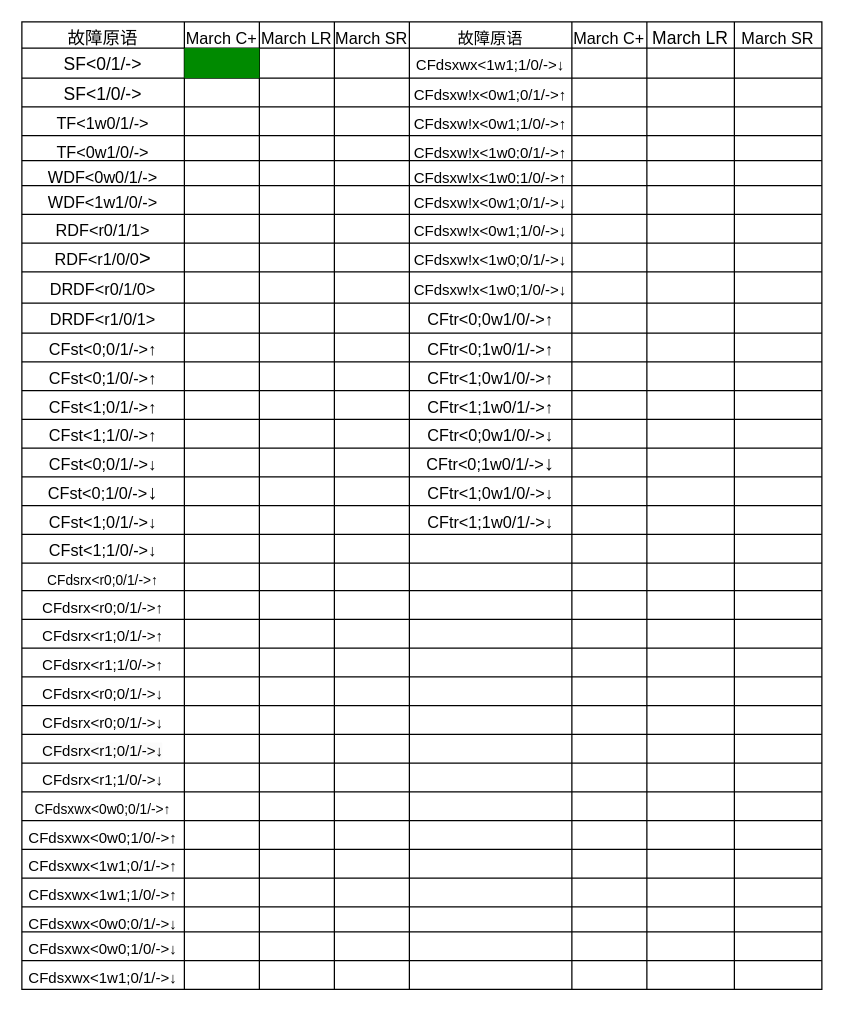
Above: doc/compare.drawio in shanshan-lu/homwork (draw.io), before the change. Source tidied: cells renumbered, new cells numbered last; positions are measured from the earlier drawing's top-left corner, leaving out a move shared by most shapes. Both pictures are drawn from the tidied source at 125%, with x=0, y=0 at pixel (21, 21).
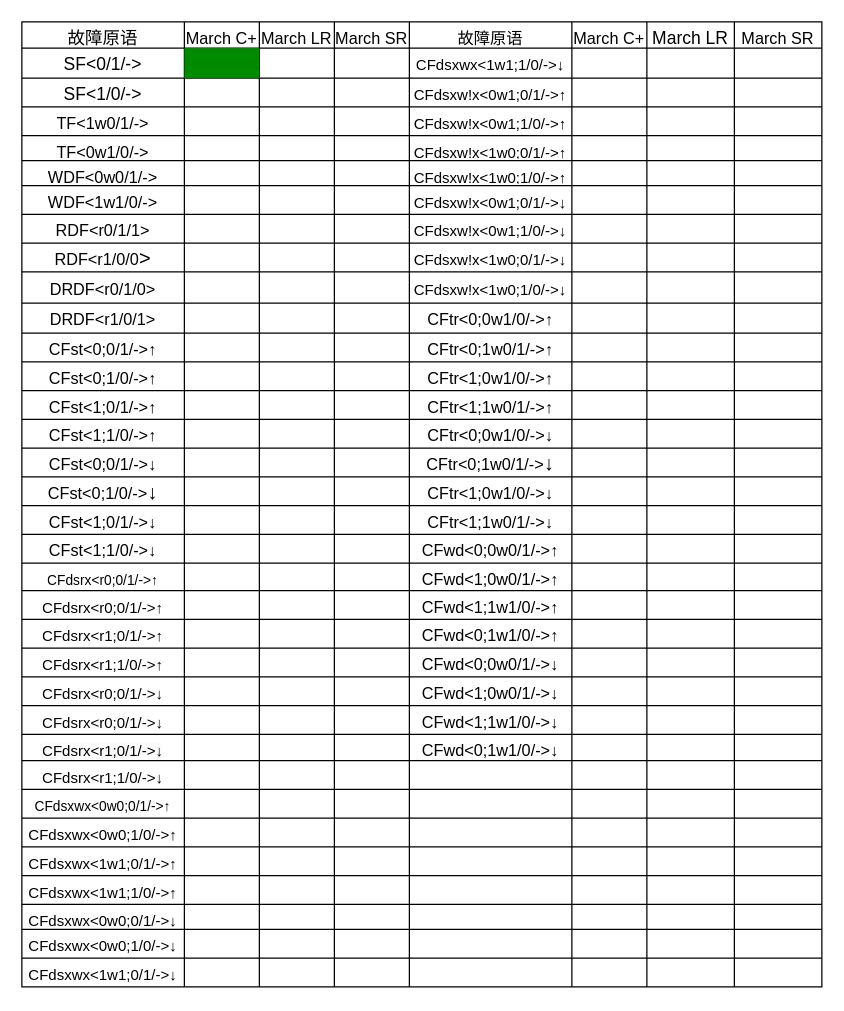
The same page after the edit.

Unchanged cells that the change refers to:
```xml
<mxCell id="165" style="shape=tableRow;horizontal=0;startSize=0;swimlaneHead=0;swimlaneBody=0;strokeColor=inherit;top=0;left=0;bottom=0;right=0;fillColor=none;fontSize=16;" parent="2" vertex="1">
  <mxGeometry y="410" width="640" height="23" as="geometry" />
</mxCell>
<mxCell id="174" style="shape=tableRow;horizontal=0;startSize=0;swimlaneHead=0;swimlaneBody=0;strokeColor=inherit;top=0;left=0;bottom=0;right=0;fillColor=none;fontSize=16;" parent="2" vertex="1">
  <mxGeometry y="433" width="640" height="22" as="geometry" />
</mxCell>
<mxCell id="183" style="shape=tableRow;horizontal=0;startSize=0;swimlaneHead=0;swimlaneBody=0;strokeColor=inherit;top=0;left=0;bottom=0;right=0;fillColor=none;fontSize=16;" parent="2" vertex="1">
  <mxGeometry y="455" width="640" height="23" as="geometry" />
</mxCell>
<mxCell id="192" style="shape=tableRow;horizontal=0;startSize=0;swimlaneHead=0;swimlaneBody=0;strokeColor=inherit;top=0;left=0;bottom=0;right=0;fillColor=none;fontSize=16;" parent="2" vertex="1">
  <mxGeometry y="478" width="640" height="23" as="geometry" />
</mxCell>
<mxCell id="201" style="shape=tableRow;horizontal=0;startSize=0;swimlaneHead=0;swimlaneBody=0;strokeColor=inherit;top=0;left=0;bottom=0;right=0;fillColor=none;fontSize=16;" parent="2" vertex="1">
  <mxGeometry y="501" width="640" height="23" as="geometry" />
</mxCell>
<mxCell id="210" style="shape=tableRow;horizontal=0;startSize=0;swimlaneHead=0;swimlaneBody=0;strokeColor=inherit;top=0;left=0;bottom=0;right=0;fillColor=none;fontSize=16;" parent="2" vertex="1">
  <mxGeometry y="524" width="640" height="23" as="geometry" />
</mxCell>
<mxCell id="219" style="shape=tableRow;horizontal=0;startSize=0;swimlaneHead=0;swimlaneBody=0;strokeColor=inherit;top=0;left=0;bottom=0;right=0;fillColor=none;fontSize=16;" parent="2" vertex="1">
  <mxGeometry y="547" width="640" height="23" as="geometry" />
</mxCell>
```

What changed in the source:
```diff
@@
     <mxCell id="2" style="shape=table;startSize=0;childLayout=tableLayout;fontSize=16;" parent="1" vertex="1">
-      <mxGeometry width="640" height="774" as="geometry" />
+      <mxGeometry width="640" height="772" as="geometry" />
     </mxCell>
@@
-    <mxCell id="170" style="shape=partialRectangle;html=1;whiteSpace=wrap;strokeColor=inherit;overflow=hidden;fillColor=none;top=0;left=0;bottom=0;right=0;fontSize=16;" parent="165" vertex="1">
+    <mxCell id="170" value="&lt;font style=&quot;font-size: 13px;&quot;&gt;CFwd&amp;lt;0;0w0/1/-&amp;gt;↑&lt;/font&gt;" style="shape=partialRectangle;html=1;whiteSpace=wrap;strokeColor=inherit;overflow=hidden;fillColor=none;top=0;left=0;bottom=0;right=0;fontSize=16;" parent="165" vertex="1">
       <mxGeometry x="310" width="130" height="23" as="geometry" />
     </mxCell>
@@
-    <mxCell id="179" style="shape=partialRectangle;html=1;whiteSpace=wrap;strokeColor=inherit;overflow=hidden;fillColor=none;top=0;left=0;bottom=0;right=0;fontSize=16;" parent="174" vertex="1">
+    <mxCell id="179" value="&lt;font style=&quot;font-size: 13px;&quot;&gt;CFwd&amp;lt;1;0w0/1/-&amp;gt;↑&lt;/font&gt;" style="shape=partialRectangle;html=1;whiteSpace=wrap;strokeColor=inherit;overflow=hidden;fillColor=none;top=0;left=0;bottom=0;right=0;fontSize=16;" parent="174" vertex="1">
       <mxGeometry x="310" width="130" height="22" as="geometry" />
     </mxCell>
@@
-    <mxCell id="188" style="shape=partialRectangle;html=1;whiteSpace=wrap;strokeColor=inherit;overflow=hidden;fillColor=none;top=0;left=0;bottom=0;right=0;fontSize=16;" parent="183" vertex="1">
+    <mxCell id="188" value="&lt;font style=&quot;font-size: 13px;&quot;&gt;CFwd&amp;lt;1;1w1/0/-&amp;gt;↑&lt;/font&gt;" style="shape=partialRectangle;html=1;whiteSpace=wrap;strokeColor=inherit;overflow=hidden;fillColor=none;top=0;left=0;bottom=0;right=0;fontSize=16;" parent="183" vertex="1">
       <mxGeometry x="310" width="130" height="23" as="geometry" />
     </mxCell>
@@
-    <mxCell id="197" style="shape=partialRectangle;html=1;whiteSpace=wrap;strokeColor=inherit;overflow=hidden;fillColor=none;top=0;left=0;bottom=0;right=0;fontSize=16;" parent="192" vertex="1">
+    <mxCell id="197" value="&lt;font style=&quot;font-size: 13px;&quot;&gt;CFwd&amp;lt;0;1w1/0/-&amp;gt;↑&lt;/font&gt;" style="shape=partialRectangle;html=1;whiteSpace=wrap;strokeColor=inherit;overflow=hidden;fillColor=none;top=0;left=0;bottom=0;right=0;fontSize=16;" parent="192" vertex="1">
       <mxGeometry x="310" width="130" height="23" as="geometry" />
     </mxCell>
@@
-    <mxCell id="206" style="shape=partialRectangle;html=1;whiteSpace=wrap;strokeColor=inherit;overflow=hidden;fillColor=none;top=0;left=0;bottom=0;right=0;fontSize=16;" parent="201" vertex="1">
+    <mxCell id="206" value="&lt;font style=&quot;font-size: 13px;&quot;&gt;CFwd&amp;lt;0;0w0/1/-&amp;gt;↓&lt;/font&gt;" style="shape=partialRectangle;html=1;whiteSpace=wrap;strokeColor=inherit;overflow=hidden;fillColor=none;top=0;left=0;bottom=0;right=0;fontSize=16;" parent="201" vertex="1">
       <mxGeometry x="310" width="130" height="23" as="geometry" />
     </mxCell>
@@
-    <mxCell id="215" style="shape=partialRectangle;html=1;whiteSpace=wrap;strokeColor=inherit;overflow=hidden;fillColor=none;top=0;left=0;bottom=0;right=0;fontSize=16;" parent="210" vertex="1">
+    <mxCell id="215" value="&lt;font style=&quot;font-size: 13px;&quot;&gt;CFwd&amp;lt;1;0w0/1/-&amp;gt;↓&lt;/font&gt;" style="shape=partialRectangle;html=1;whiteSpace=wrap;strokeColor=inherit;overflow=hidden;fillColor=none;top=0;left=0;bottom=0;right=0;fontSize=16;" parent="210" vertex="1">
       <mxGeometry x="310" width="130" height="23" as="geometry" />
     </mxCell>
@@
-    <mxCell id="224" style="shape=partialRectangle;html=1;whiteSpace=wrap;strokeColor=inherit;overflow=hidden;fillColor=none;top=0;left=0;bottom=0;right=0;fontSize=16;" parent="219" vertex="1">
+    <mxCell id="224" value="&lt;font style=&quot;font-size: 13px;&quot;&gt;CFwd&amp;lt;1;1w1/0/-&amp;gt;&lt;/font&gt;&lt;font style=&quot;font-size: 13px;&quot;&gt;↓&lt;/font&gt;" style="shape=partialRectangle;html=1;whiteSpace=wrap;strokeColor=inherit;overflow=hidden;fillColor=none;top=0;left=0;bottom=0;right=0;fontSize=16;" parent="219" vertex="1">
       <mxGeometry x="310" width="130" height="23" as="geometry" />
     </mxCell>
@@
     <mxCell id="228" style="shape=tableRow;horizontal=0;startSize=0;swimlaneHead=0;swimlaneBody=0;strokeColor=inherit;top=0;left=0;bottom=0;right=0;fillColor=none;fontSize=16;" parent="2" vertex="1">
-      <mxGeometry y="570" width="640" height="23" as="geometry" />
+      <mxGeometry y="570" width="640" height="21" as="geometry" />
     </mxCell>
     <mxCell id="229" value="&lt;span style=&quot;color: rgb(0, 0, 0); font-family: Helvetica; font-size: 12px; font-style: normal; font-variant-ligatures: normal; font-variant-caps: normal; font-weight: 400; letter-spacing: normal; orphans: 2; text-align: center; text-indent: 0px; text-transform: none; widows: 2; word-spacing: 0px; -webkit-text-stroke-width: 0px; background-color: rgb(251, 251, 251); text-decoration-thickness: initial; text-decoration-style: initial; text-decoration-color: initial; float: none; display: inline !important;&quot;&gt;CFdsrx&amp;lt;r1;0/1/-&amp;gt;↓&lt;br&gt;&lt;/span&gt;" style="shape=partialRectangle;html=1;whiteSpace=wrap;strokeColor=inherit;overflow=hidden;fillColor=none;top=0;left=0;bottom=0;right=0;fontSize=16;" parent="228" vertex="1">
-      <mxGeometry width="130" height="23" as="geometry" />
+      <mxGeometry width="130" height="21" as="geometry" />
     </mxCell>
     <mxCell id="230" style="shape=partialRectangle;html=1;whiteSpace=wrap;strokeColor=inherit;overflow=hidden;fillColor=none;top=0;left=0;bottom=0;right=0;fontSize=16;" parent="228" vertex="1">
-      <mxGeometry x="130" width="60" height="23" as="geometry" />
+      <mxGeometry x="130" width="60" height="21" as="geometry" />
     </mxCell>
     <mxCell id="231" style="shape=partialRectangle;html=1;whiteSpace=wrap;strokeColor=inherit;overflow=hidden;fillColor=none;top=0;left=0;bottom=0;right=0;fontSize=16;" parent="228" vertex="1">
-      <mxGeometry x="190" width="60" height="23" as="geometry" />
+      <mxGeometry x="190" width="60" height="21" as="geometry" />
     </mxCell>
     <mxCell id="232" style="shape=partialRectangle;html=1;whiteSpace=wrap;strokeColor=inherit;overflow=hidden;fillColor=none;top=0;left=0;bottom=0;right=0;fontSize=16;" parent="228" vertex="1">
-      <mxGeometry x="250" width="60" height="23" as="geometry" />
+      <mxGeometry x="250" width="60" height="21" as="geometry" />
     </mxCell>
-    <mxCell id="233" style="shape=partialRectangle;html=1;whiteSpace=wrap;strokeColor=inherit;overflow=hidden;fillColor=none;top=0;left=0;bottom=0;right=0;fontSize=16;" parent="228" vertex="1">
-      <mxGeometry x="310" width="130" height="23" as="geometry" />
+    <mxCell id="233" value="&lt;font style=&quot;font-size: 13px;&quot;&gt;CFwd&amp;lt;0;1w1/0/-&amp;gt;↓&lt;/font&gt;" style="shape=partialRectangle;html=1;whiteSpace=wrap;strokeColor=inherit;overflow=hidden;fillColor=none;top=0;left=0;bottom=0;right=0;fontSize=16;" parent="228" vertex="1">
+      <mxGeometry x="310" width="130" height="21" as="geometry" />
     </mxCell>
     <mxCell id="234" style="shape=partialRectangle;html=1;whiteSpace=wrap;strokeColor=inherit;overflow=hidden;fillColor=none;top=0;left=0;bottom=0;right=0;fontSize=16;" parent="228" vertex="1">
-      <mxGeometry x="440" width="60" height="23" as="geometry" />
+      <mxGeometry x="440" width="60" height="21" as="geometry" />
     </mxCell>
     <mxCell id="235" style="shape=partialRectangle;html=1;whiteSpace=wrap;strokeColor=inherit;overflow=hidden;fillColor=none;top=0;left=0;bottom=0;right=0;fontSize=16;" parent="228" vertex="1">
-      <mxGeometry x="500" width="70" height="23" as="geometry" />
+      <mxGeometry x="500" width="70" height="21" as="geometry" />
     </mxCell>
     <mxCell id="236" style="shape=partialRectangle;html=1;whiteSpace=wrap;strokeColor=inherit;overflow=hidden;fillColor=none;top=0;left=0;bottom=0;right=0;fontSize=16;" parent="228" vertex="1">
-      <mxGeometry x="570" width="70" height="23" as="geometry" />
+      <mxGeometry x="570" width="70" height="21" as="geometry" />
     </mxCell>
     <mxCell id="237" style="shape=tableRow;horizontal=0;startSize=0;swimlaneHead=0;swimlaneBody=0;strokeColor=inherit;top=0;left=0;bottom=0;right=0;fillColor=none;fontSize=16;" parent="2" vertex="1">
-      <mxGeometry y="593" width="640" height="23" as="geometry" />
+      <mxGeometry y="591" width="640" height="23" as="geometry" />
     </mxCell>
@@
     <mxCell id="246" style="shape=tableRow;horizontal=0;startSize=0;swimlaneHead=0;swimlaneBody=0;strokeColor=inherit;top=0;left=0;bottom=0;right=0;fillColor=none;fontSize=16;" parent="2" vertex="1">
-      <mxGeometry y="616" width="640" height="23" as="geometry" />
+      <mxGeometry y="614" width="640" height="23" as="geometry" />
     </mxCell>
@@
     <mxCell id="255" style="shape=tableRow;horizontal=0;startSize=0;swimlaneHead=0;swimlaneBody=0;strokeColor=inherit;top=0;left=0;bottom=0;right=0;fillColor=none;fontSize=16;" parent="2" vertex="1">
-      <mxGeometry y="639" width="640" height="23" as="geometry" />
+      <mxGeometry y="637" width="640" height="23" as="geometry" />
     </mxCell>
@@
     <mxCell id="264" style="shape=tableRow;horizontal=0;startSize=0;swimlaneHead=0;swimlaneBody=0;strokeColor=inherit;top=0;left=0;bottom=0;right=0;fillColor=none;fontSize=16;" parent="2" vertex="1">
-      <mxGeometry y="662" width="640" height="23" as="geometry" />
+      <mxGeometry y="660" width="640" height="23" as="geometry" />
     </mxCell>
@@
     <mxCell id="273" style="shape=tableRow;horizontal=0;startSize=0;swimlaneHead=0;swimlaneBody=0;strokeColor=inherit;top=0;left=0;bottom=0;right=0;fillColor=none;fontSize=16;" parent="2" vertex="1">
-      <mxGeometry y="685" width="640" height="23" as="geometry" />
+      <mxGeometry y="683" width="640" height="23" as="geometry" />
     </mxCell>
@@
     <mxCell id="282" style="shape=tableRow;horizontal=0;startSize=0;swimlaneHead=0;swimlaneBody=0;strokeColor=inherit;top=0;left=0;bottom=0;right=0;fillColor=none;fontSize=16;" parent="2" vertex="1">
-      <mxGeometry y="708" width="640" height="20" as="geometry" />
+      <mxGeometry y="706" width="640" height="20" as="geometry" />
     </mxCell>
@@
     <mxCell id="291" style="shape=tableRow;horizontal=0;startSize=0;swimlaneHead=0;swimlaneBody=0;strokeColor=inherit;top=0;left=0;bottom=0;right=0;fillColor=none;fontSize=16;" parent="2" vertex="1">
-      <mxGeometry y="728" width="640" height="23" as="geometry" />
+      <mxGeometry y="726" width="640" height="23" as="geometry" />
     </mxCell>
@@
     <mxCell id="300" style="shape=tableRow;horizontal=0;startSize=0;swimlaneHead=0;swimlaneBody=0;strokeColor=inherit;top=0;left=0;bottom=0;right=0;fillColor=none;fontSize=16;" parent="2" vertex="1">
-      <mxGeometry y="751" width="640" height="23" as="geometry" />
+      <mxGeometry y="749" width="640" height="23" as="geometry" />
     </mxCell>
```
